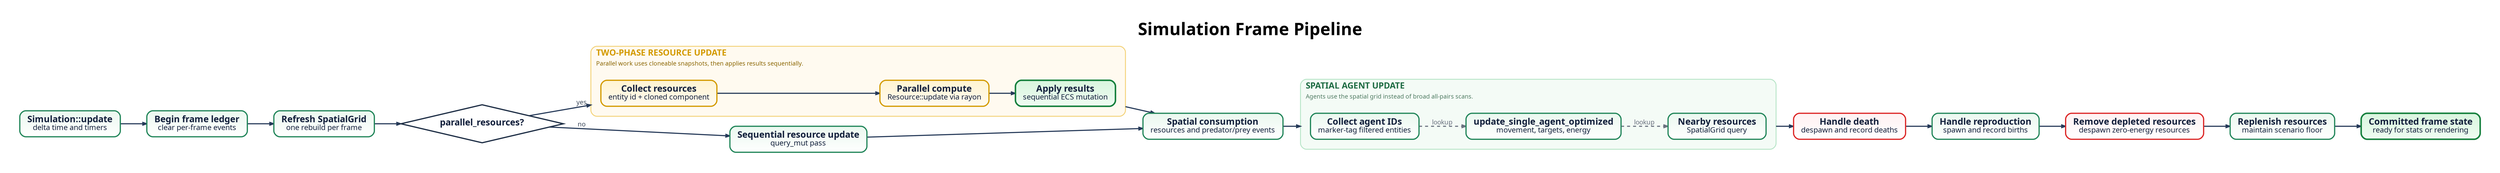
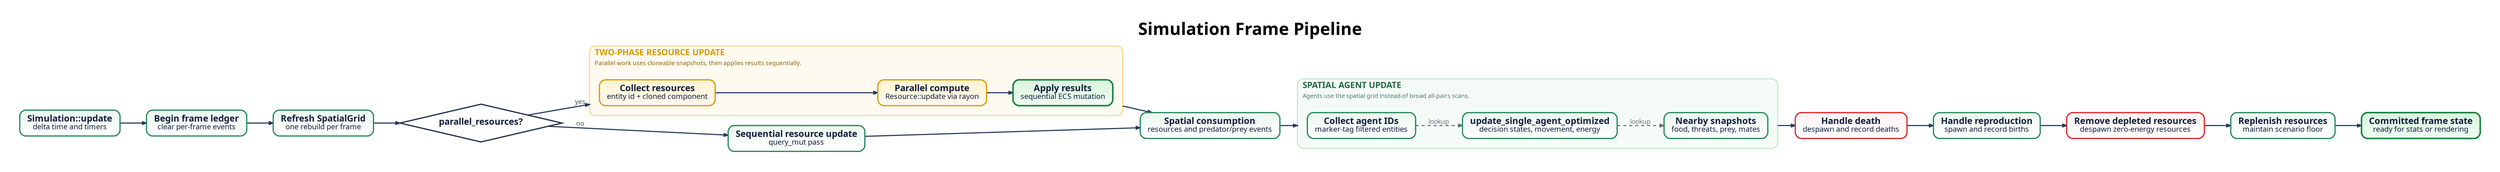
digraph BattleOFramePipeline {
  graph [
    rankdir=LR,
    bgcolor="#ffffff",
    pad="0.55",
    nodesep="0.48",
    ranksep="0.72",
    splines=polyline,
    outputorder=edgesfirst,
    compound=true,
    newrank=true,
    forcelabels=true,
    fontname="Avenir",
    label=<
      <TABLE BORDER="0" CELLBORDER="0" CELLSPACING="0" CELLPADDING="0">
        <TR><TD><FONT POINT-SIZE="34"><B>Simulation Frame Pipeline</B></FONT></TD></TR>
      </TABLE>
    >,
    labelloc=t,
    labeljust=c
  ];

  node [
    shape=box,
    style="rounded,filled",
    margin="0.21,0.13",
    width=2.72,
    height=0.72,
    fixedsize=false,
    fontname="Avenir",
    fontsize=18,
    penwidth=2.4,
    fontcolor="#14213d",
    color="#2264c7",
    fillcolor="#eaf3ff:#ffffff",
    gradientangle=270
  ];

  edge [
    color="#263a59",
    fontname="Avenir",
    fontsize=13,
    fontcolor="#3d4a5c",
    penwidth=2.2,
    arrowsize=0.78
  ];

  start [label=<<B>Simulation::update</B><BR/><FONT POINT-SIZE="15">delta time and timers</FONT>>, fillcolor="#eaf8ef:#ffffff", color="#22865a"];
  event_start [label=<<B>Begin frame ledger</B><BR/><FONT POINT-SIZE="15">clear per-frame events</FONT>>, fillcolor="#eaf8ef:#ffffff", color="#22865a"];
  grid [label=<<B>Refresh SpatialGrid</B><BR/><FONT POINT-SIZE="15">one rebuild per frame</FONT>>, fillcolor="#eaf8ef:#ffffff", color="#22865a"];
  rayon [label=<<B>parallel_resources?</B>>, shape=diamond, style=filled, width=2.25, height=1.05, fillcolor="#ffffff", color="#1f2f46", penwidth=2.4];

  subgraph cluster_resource_parallel {
    graph [
      label=<
        <TABLE BORDER="0" CELLBORDER="0" CELLSPACING="0" CELLPADDING="2">
          <TR><TD ALIGN="LEFT"><FONT POINT-SIZE="17" COLOR="#d39a00"><B>TWO-PHASE RESOURCE UPDATE</B></FONT></TD></TR>
          <TR><TD ALIGN="LEFT"><FONT POINT-SIZE="12" COLOR="#8a6500">Parallel work uses cloneable snapshots, then applies results sequentially.</FONT></TD></TR>
        </TABLE>
      >,
      labelloc=t,
      labeljust=l,
      color="#f3d278",
      fillcolor="#fffaf0",
      style="rounded,filled",
      penwidth=1.8,
      margin=20
    ];

    collect_resources [label=<<B>Collect resources</B><BR/><FONT POINT-SIZE="15">entity id + cloned component</FONT>>, fillcolor="#fff4d1:#fffaf0", color="#d39a00"];
    compute_resources [label=<<B>Parallel compute</B><BR/><FONT POINT-SIZE="15">Resource::update via rayon</FONT>>, fillcolor="#fff4d1:#fffaf0", color="#d39a00"];
    apply_resources [label=<<B>Apply results</B><BR/><FONT POINT-SIZE="15">sequential ECS mutation</FONT>>, fillcolor="#d8f5de:#effcf2", color="#15803d", penwidth=3.0];

    collect_resources -> compute_resources -> apply_resources;
  }

  resource_seq [label=<<B>Sequential resource update</B><BR/><FONT POINT-SIZE="15">query_mut pass</FONT>>, fillcolor="#eaf8ef:#ffffff", color="#22865a"];
  consumption [label=<<B>Spatial consumption</B><BR/><FONT POINT-SIZE="15">resources and predator/prey events</FONT>>, fillcolor="#eaf8ef:#ffffff", color="#22865a"];

  subgraph cluster_agents {
    graph [
      label=<
        <TABLE BORDER="0" CELLBORDER="0" CELLSPACING="0" CELLPADDING="2">
          <TR><TD ALIGN="LEFT"><FONT POINT-SIZE="17" COLOR="#1e6b43"><B>SPATIAL AGENT UPDATE</B></FONT></TD></TR>
          <TR><TD ALIGN="LEFT"><FONT POINT-SIZE="12" COLOR="#4e7a61">Agents use the spatial grid instead of broad all-pairs scans.</FONT></TD></TR>
        </TABLE>
      >,
      labelloc=t,
      labeljust=l,
      color="#b8e5c8",
      fillcolor="#f4fbf6",
      style="rounded,filled",
      penwidth=1.8,
      margin=20
    ];

    collect_agents [label=<<B>Collect agent IDs</B><BR/><FONT POINT-SIZE="15">marker-tag filtered entities</FONT>>, fillcolor="#eaf8ef:#ffffff", color="#22865a"];
-     update_agents [label=<<B>update_single_agent_optimized</B><BR/><FONT POINT-SIZE="15">movement, targets, energy</FONT>>, fillcolor="#eaf8ef:#ffffff", color="#22865a"];
-     nearby [label=<<B>Nearby resources</B><BR/><FONT POINT-SIZE="15">SpatialGrid query</FONT>>, fillcolor="#eaf8ef:#ffffff", color="#22865a"];
+     update_agents [label=<<B>update_single_agent_optimized</B><BR/><FONT POINT-SIZE="15">decision states, movement, energy</FONT>>, fillcolor="#eaf8ef:#ffffff", color="#22865a"];
+     nearby [label=<<B>Nearby snapshots</B><BR/><FONT POINT-SIZE="15">food, threats, prey, mates</FONT>>, fillcolor="#eaf8ef:#ffffff", color="#22865a"];

    collect_agents -> update_agents -> nearby [style=dashed, label="lookup", color="#6b7280", fontcolor="#6b7280"];
  }

  death [label=<<B>Handle death</B><BR/><FONT POINT-SIZE="15">despawn and record deaths</FONT>>, fillcolor="#fff1f2:#ffffff", color="#dc2626"];
  reproduction [label=<<B>Handle reproduction</B><BR/><FONT POINT-SIZE="15">spawn and record births</FONT>>, fillcolor="#eaf8ef:#ffffff", color="#22865a"];
  depletion [label=<<B>Remove depleted resources</B><BR/><FONT POINT-SIZE="15">despawn zero-energy resources</FONT>>, fillcolor="#fff1f2:#ffffff", color="#dc2626"];
  replenish [label=<<B>Replenish resources</B><BR/><FONT POINT-SIZE="15">maintain scenario floor</FONT>>, fillcolor="#eaf8ef:#ffffff", color="#22865a"];
  end [label=<<B>Committed frame state</B><BR/><FONT POINT-SIZE="15">ready for stats or rendering</FONT>>, fillcolor="#d8f5de:#effcf2", color="#15803d", penwidth=3.0];

  start -> event_start -> grid -> rayon;
  rayon -> collect_resources [label="yes", lhead=cluster_resource_parallel];
  rayon -> resource_seq [label="no"];
  apply_resources -> consumption [ltail=cluster_resource_parallel];
  resource_seq -> consumption;
  consumption -> collect_agents [lhead=cluster_agents];
  nearby -> death [ltail=cluster_agents];
  death -> reproduction -> depletion -> replenish -> end;
}
